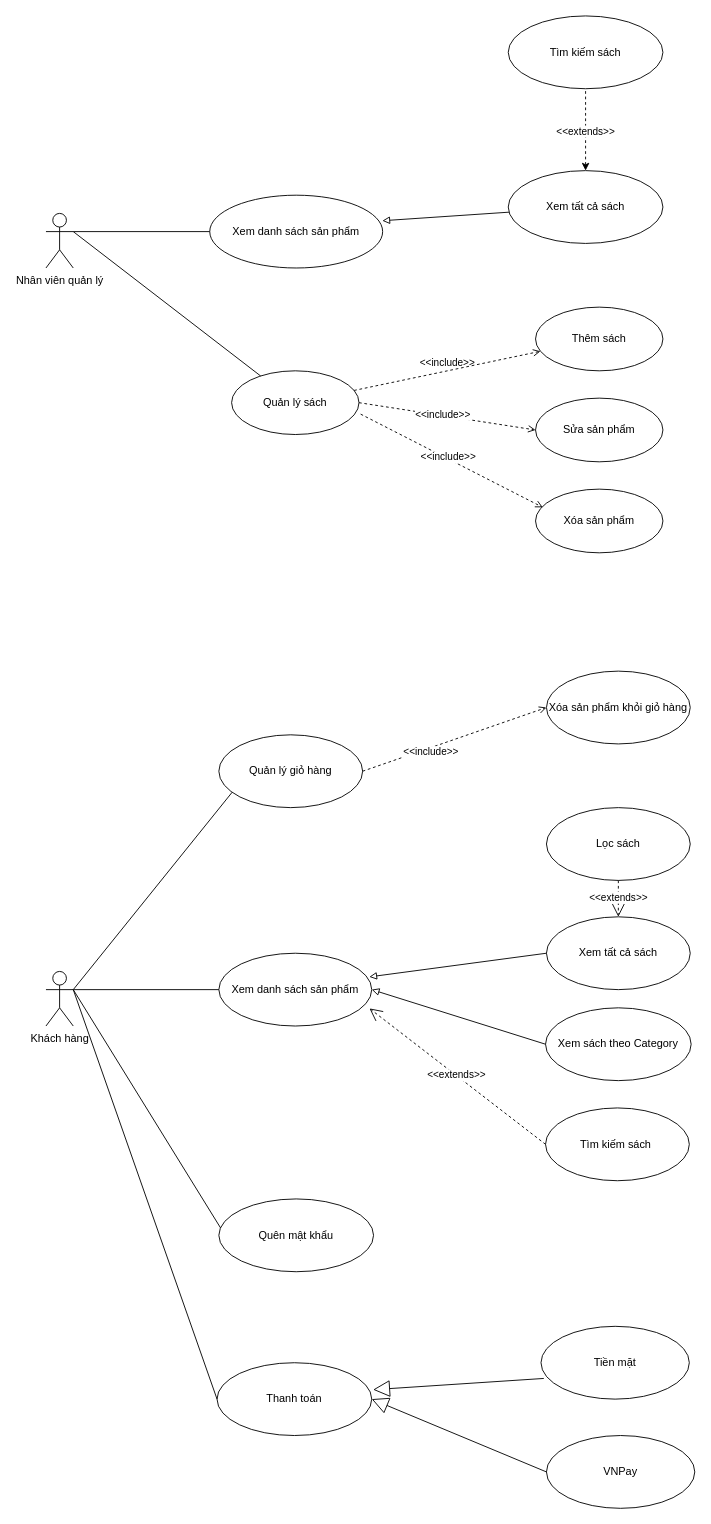
This is Documents/Usecase_BookStore.drawio from nphuonha2101/BookStore_Software-Engineering, a draw.io file, before an edit. Source tidied: cells renumbered, new cells numbered last; positions are measured from the earlier drawing's top-left corner, leaving out a move shared by most shapes. Both pictures are drawn from the tidied source at 91%, with x=0, y=0 at pixel (46, 15).
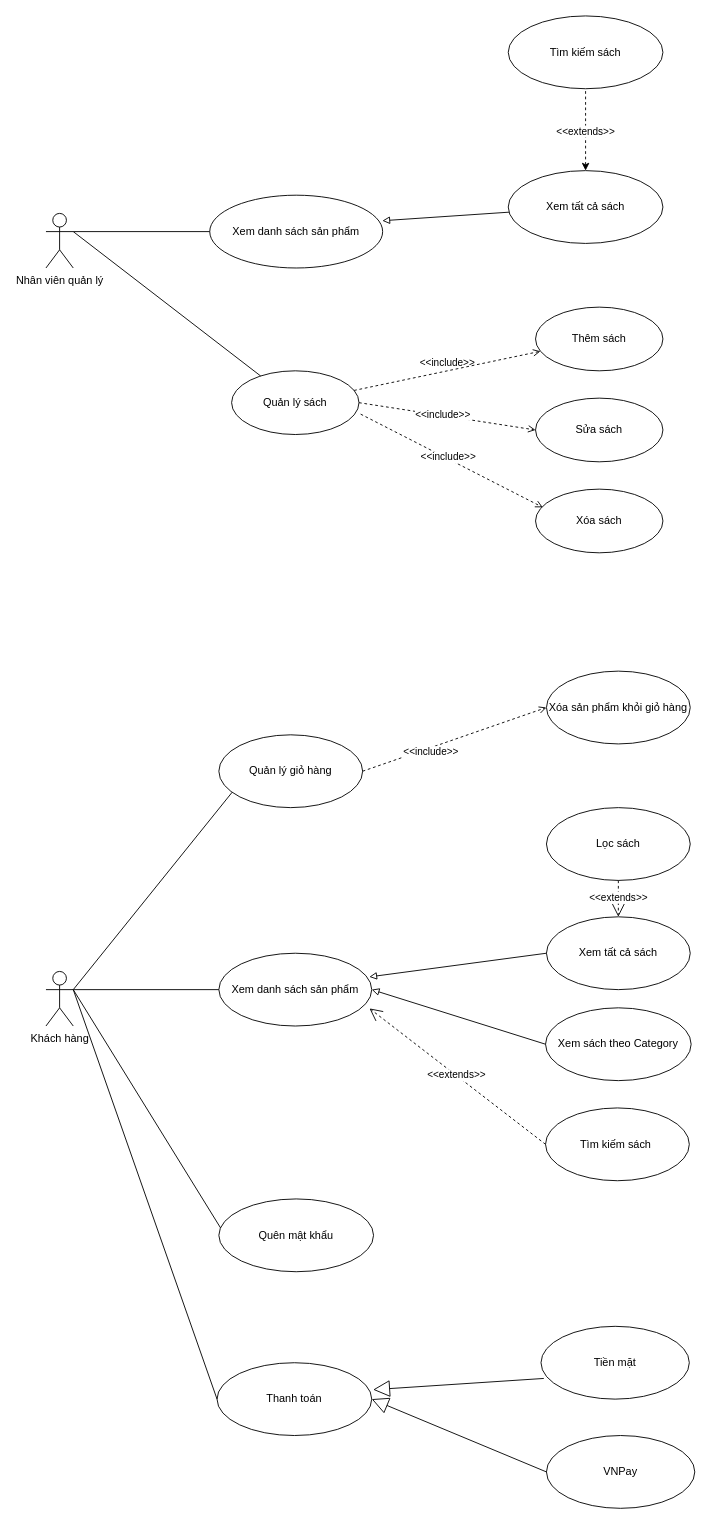
Above is the later version.

Commit message:
feat: update usecase diagram

Diff of the diagram source:
```diff
@@
-    <mxCell id="27" value="Sửa sản phẩm" style="ellipse;whiteSpace=wrap;html=1;" parent="1" vertex="1">
+    <mxCell id="27" value="Sửa sách" style="ellipse;whiteSpace=wrap;html=1;" parent="1" vertex="1">
       <mxGeometry x="538" y="420" width="140" height="70" as="geometry" />
     </mxCell>
-    <mxCell id="28" value="Xóa sản phẩm" style="ellipse;whiteSpace=wrap;html=1;" parent="1" vertex="1">
+    <mxCell id="28" value="Xóa sách" style="ellipse;whiteSpace=wrap;html=1;" parent="1" vertex="1">
       <mxGeometry x="538" y="520" width="140" height="70" as="geometry" />
     </mxCell>
```
